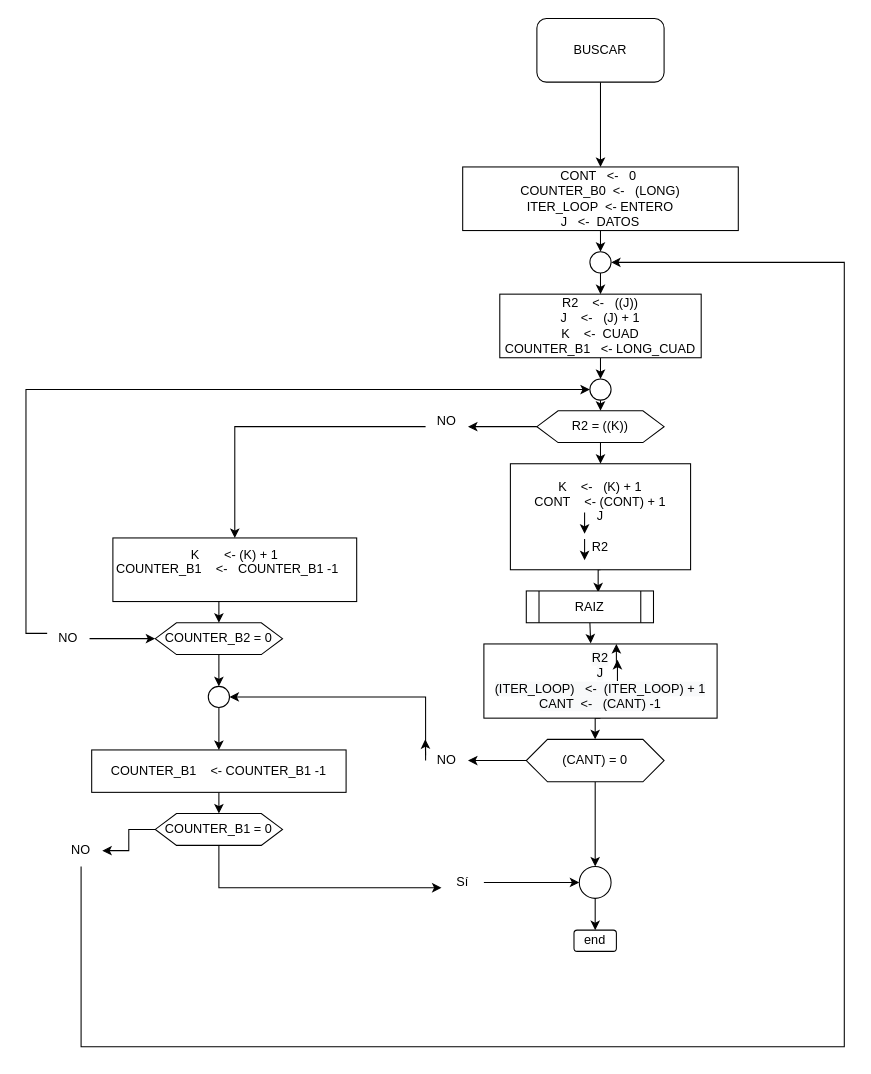
Before: sqrt_program/diagrams/buscar.drawio in brown9804/Dragon12_MC9S12DP256, a draw.io diagram. Source tidied: cells renumbered, new cells numbered last; positions are measured from the earlier drawing's top-left corner, leaving out a move shared by most shapes. Both pictures are drawn from the tidied source at 106%, with x=0, y=0 at pixel (47, 18).
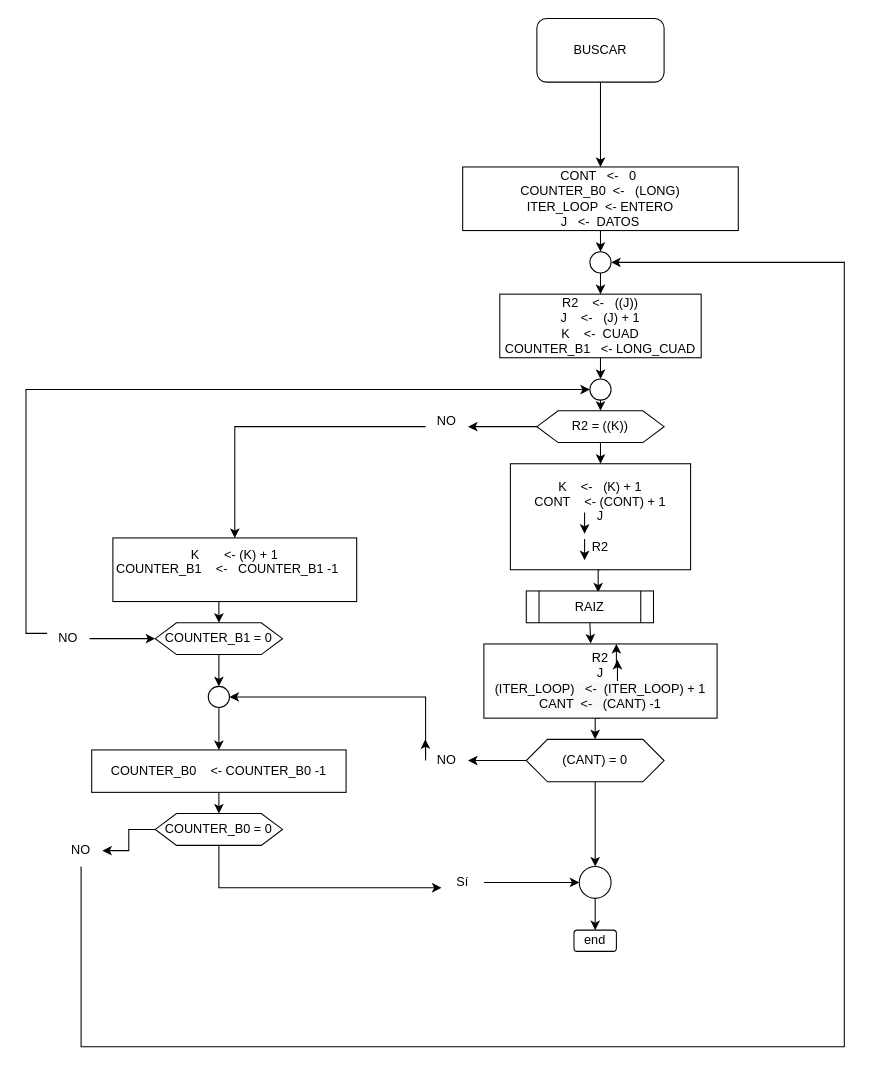
The same page after the edit.

Change to the diagram source:
```diff
@@
-    <mxCell id="36" value="COUNTER_B2 = 0" style="shape=hexagon;perimeter=hexagonPerimeter2;whiteSpace=wrap;html=1;fixedSize=1;" parent="1" vertex="1">
+    <mxCell id="36" value="COUNTER_B1 = 0" style="shape=hexagon;perimeter=hexagonPerimeter2;whiteSpace=wrap;html=1;fixedSize=1;" parent="1" vertex="1">
       <mxGeometry x="102" y="570" width="120" height="30" as="geometry" />
     </mxCell>
@@
-    <mxCell id="38" value="COUNTER_B1 &amp;nbsp; &amp;nbsp;&amp;lt;- COUNTER_B1 -1" style="rounded=0;whiteSpace=wrap;html=1;" parent="1" vertex="1">
+    <mxCell id="38" value="COUNTER_B0 &amp;nbsp; &amp;nbsp;&amp;lt;- COUNTER_B0 -1" style="rounded=0;whiteSpace=wrap;html=1;" parent="1" vertex="1">
       <mxGeometry x="42" y="690" width="240" height="40" as="geometry" />
     </mxCell>
@@
-    <mxCell id="41" value="COUNTER_B1 = 0" style="shape=hexagon;perimeter=hexagonPerimeter2;whiteSpace=wrap;html=1;fixedSize=1;" parent="1" vertex="1">
+    <mxCell id="41" value="COUNTER_B0 = 0" style="shape=hexagon;perimeter=hexagonPerimeter2;whiteSpace=wrap;html=1;fixedSize=1;" parent="1" vertex="1">
       <mxGeometry x="102" y="750" width="120" height="30" as="geometry" />
     </mxCell>
```
